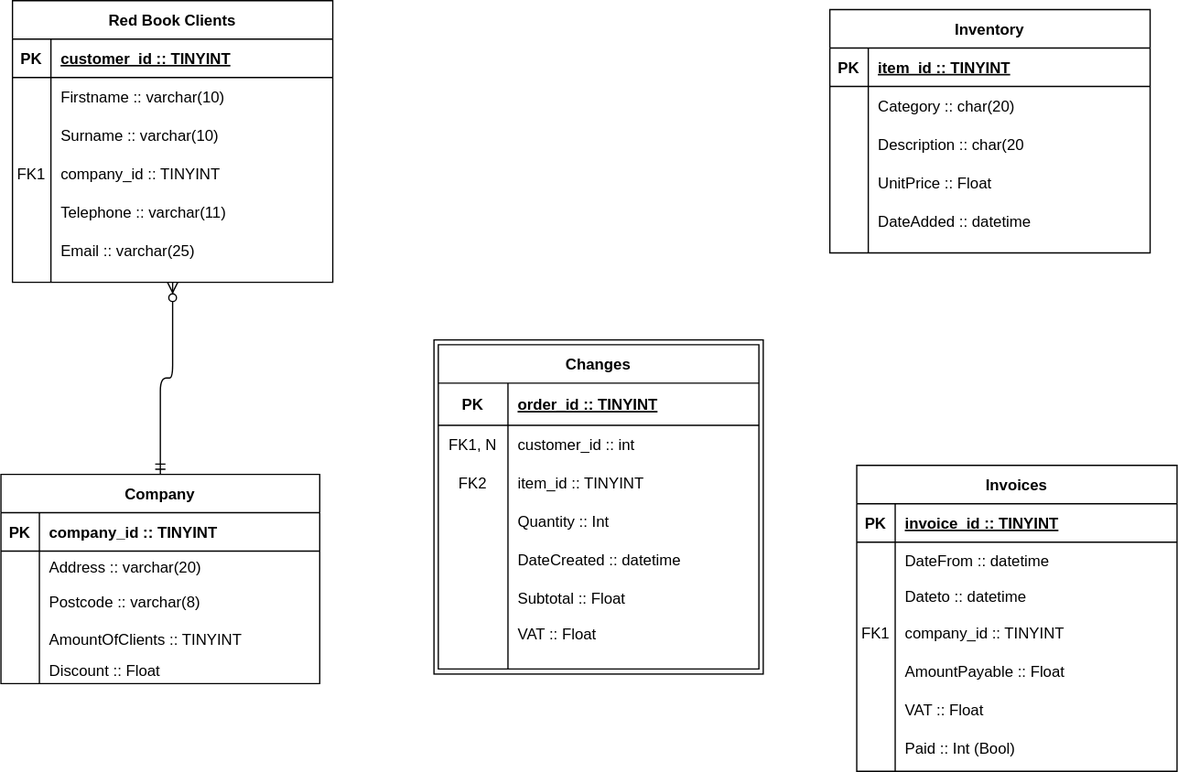
The draw.io diagram ERD.svg in KitchenPizzeria/Client-Apps, before a commit. Source tidied: cells renumbered, new cells last; positions are measured from the earlier drawing's top-left corner, leaving out a move shared by most shapes.
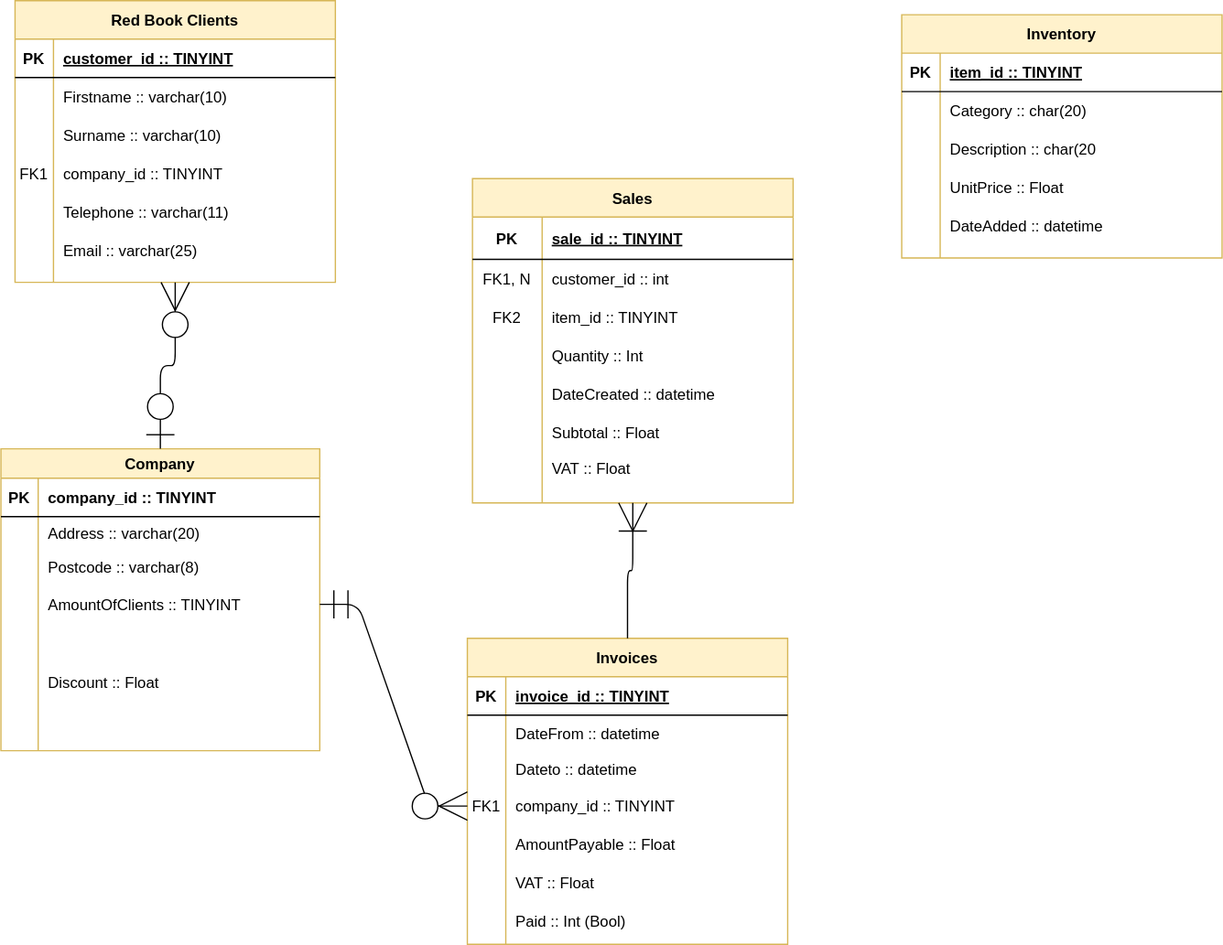
The same diagram one commit later.

Change to the diagram source:
```diff
@@ -1,8 +1,8 @@
-<mxGraphModel background="#FFFFFF">
+<mxGraphModel>
   <root>
     <mxCell id="0" />
     <mxCell id="1" parent="0" />
-    <mxCell id="2" value="Inventory" style="shape=table;startSize=30;rowLines=0;fontStyle=1;align=center;" parent="1" vertex="1">
+    <mxCell id="2" value="Inventory" style="shape=table;startSize=30;rowLines=0;fontStyle=1;align=center;fillColor=#fff2cc;strokeColor=#d6b656;" parent="1" vertex="1">
       <mxGeometry x="647" y="7" width="250" height="190" as="geometry" />
     </mxCell>
     <mxCell id="3" style="shape=partialRectangle;fillColor=none;top=0;left=0;right=0;bottom=1;" parent="2" vertex="1">
@@ -50,8 +50,8 @@
     <mxCell id="17" value="DateAdded :: datetime" style="shape=partialRectangle;overflow=hidden;fillColor=none;top=0;left=0;bottom=0;right=0;align=left;spacingLeft=6;" parent="15" vertex="1">
       <mxGeometry x="30" width="220" height="30" as="geometry" />
     </mxCell>
-    <mxCell id="18" value="Red Book Clients" style="shape=table;startSize=30;rowLines=0;fontStyle=1;align=center;" parent="1" vertex="1">
-      <mxGeometry x="9" width="250" height="220" as="geometry" />
+    <mxCell id="18" value="Red Book Clients" style="shape=table;startSize=30;rowLines=0;fontStyle=1;align=center;fillColor=#fff2cc;strokeColor=#d6b656;" parent="1" vertex="1">
+      <mxGeometry x="-45" y="-4" width="250" height="220" as="geometry" />
     </mxCell>
     <mxCell id="19" style="shape=partialRectangle;fillColor=none;top=0;left=0;right=0;bottom=1;" parent="18" vertex="1">
       <mxGeometry y="30" width="250" height="30" as="geometry" />
@@ -107,56 +107,56 @@
     <mxCell id="36" value="Email :: varchar(25)" style="shape=partialRectangle;overflow=hidden;fillColor=none;top=0;left=0;bottom=0;right=0;align=left;spacingLeft=6;" parent="34" vertex="1">
       <mxGeometry x="30" width="220" height="30" as="geometry" />
     </mxCell>
-    <mxCell id="37" value="Company" style="shape=table;startSize=30;rowLines=0;fontStyle=1;align=center;" parent="1" vertex="1">
-      <mxGeometry y="370" width="248.8" height="163.4" as="geometry" />
+    <mxCell id="37" value="Company" style="shape=table;startSize=23;rowLines=0;fontStyle=1;align=center;fillColor=#fff2cc;strokeColor=#d6b656;" parent="1" vertex="1">
+      <mxGeometry x="-56" y="346" width="248.8" height="235.7" as="geometry" />
     </mxCell>
     <mxCell id="38" style="shape=partialRectangle;fillColor=none;top=0;left=0;right=0;bottom=1;" parent="37" vertex="1">
-      <mxGeometry y="30" width="248.8" height="30" as="geometry" />
+      <mxGeometry y="23" width="248.8" height="30" as="geometry" />
     </mxCell>
     <mxCell id="39" value="PK" style="shape=partialRectangle;overflow=hidden;fillColor=none;top=0;left=0;bottom=0;right=0;fontStyle=1;" parent="38" vertex="1">
-      <mxGeometry width="30" height="30" as="geometry" />
+      <mxGeometry width="29.1" height="30" as="geometry" />
     </mxCell>
     <mxCell id="40" value="company_id :: TINYINT" style="shape=partialRectangle;overflow=hidden;fillColor=none;top=0;left=0;bottom=0;right=0;align=left;spacingLeft=6;fontStyle=1;" parent="38" vertex="1">
-      <mxGeometry x="30" width="218.8" height="30" as="geometry" />
+      <mxGeometry x="29.1" width="219.8" height="30" as="geometry" />
     </mxCell>
     <mxCell id="41" style="shape=partialRectangle;fillColor=none;top=0;left=0;right=0;bottom=0;" parent="37" vertex="1">
-      <mxGeometry y="60" width="248.8" height="25" as="geometry" />
+      <mxGeometry y="53" width="248.8" height="25" as="geometry" />
     </mxCell>
     <mxCell id="42" style="shape=partialRectangle;overflow=hidden;fillColor=none;top=0;left=0;bottom=0;right=0;" parent="41" vertex="1">
-      <mxGeometry width="30" height="25" as="geometry" />
+      <mxGeometry width="29.1" height="25" as="geometry" />
     </mxCell>
     <mxCell id="43" value="Address :: varchar(20)" style="shape=partialRectangle;overflow=hidden;fillColor=none;top=0;left=0;bottom=0;right=0;align=left;spacingLeft=6;" parent="41" vertex="1">
-      <mxGeometry x="30" width="218.8" height="25" as="geometry" />
+      <mxGeometry x="29.1" width="219.8" height="25" as="geometry" />
     </mxCell>
     <mxCell id="44" style="shape=partialRectangle;fillColor=none;top=0;left=0;right=0;bottom=0;" parent="37" vertex="1">
-      <mxGeometry y="85" width="248.8" height="29" as="geometry" />
+      <mxGeometry y="78" width="248.8" height="29" as="geometry" />
     </mxCell>
     <mxCell id="45" style="shape=partialRectangle;overflow=hidden;fillColor=none;top=0;left=0;bottom=0;right=0;" parent="44" vertex="1">
-      <mxGeometry width="30" height="29" as="geometry" />
+      <mxGeometry width="29.1" height="29" as="geometry" />
     </mxCell>
     <mxCell id="46" value="Postcode :: varchar(8)" style="shape=partialRectangle;overflow=hidden;fillColor=none;top=0;left=0;bottom=0;right=0;align=left;spacingLeft=6;" parent="44" vertex="1">
-      <mxGeometry x="30" width="218.8" height="29" as="geometry" />
+      <mxGeometry x="29.1" width="219.8" height="29" as="geometry" />
     </mxCell>
     <mxCell id="47" style="shape=partialRectangle;fillColor=none;points=[[0,0.5],[1,0.5]];portConstraint=eastwest;top=0;left=0;right=0;bottom=0;" parent="37" vertex="1">
-      <mxGeometry y="114" width="248.8" height="29" as="geometry" />
+      <mxGeometry y="107" width="248.8" height="29" as="geometry" />
     </mxCell>
     <mxCell id="48" style="shape=partialRectangle;overflow=hidden;fillColor=none;top=0;left=0;bottom=0;right=0;" parent="47" vertex="1">
-      <mxGeometry width="30" height="29" as="geometry" />
+      <mxGeometry width="29.1" height="29" as="geometry" />
     </mxCell>
     <mxCell id="49" value="AmountOfClients :: TINYINT" style="shape=partialRectangle;overflow=hidden;fillColor=none;top=0;left=0;bottom=0;right=0;align=left;spacingLeft=6;" parent="47" vertex="1">
-      <mxGeometry x="30" width="218.8" height="29" as="geometry" />
+      <mxGeometry x="29.1" width="219.8" height="29" as="geometry" />
     </mxCell>
     <mxCell id="50" style="shape=partialRectangle;fillColor=none;top=0;left=0;right=0;bottom=0;" parent="37" vertex="1">
-      <mxGeometry y="143" width="248.8" height="20" as="geometry" />
+      <mxGeometry y="136" width="248.8" height="92" as="geometry" />
     </mxCell>
     <mxCell id="51" style="shape=partialRectangle;overflow=hidden;fillColor=none;top=0;left=0;bottom=0;right=0;" parent="50" vertex="1">
-      <mxGeometry width="30" height="20" as="geometry" />
+      <mxGeometry width="29.1" height="92" as="geometry" />
     </mxCell>
     <mxCell id="52" value="Discount :: Float" style="shape=partialRectangle;overflow=hidden;fillColor=none;top=0;left=0;bottom=0;right=0;align=left;spacingLeft=6;" parent="50" vertex="1">
-      <mxGeometry x="30" width="218.8" height="20" as="geometry" />
+      <mxGeometry x="29.1" width="219.8" height="92" as="geometry" />
     </mxCell>
-    <mxCell id="53" value="Invoices" style="shape=table;startSize=30;rowLines=0;fontStyle=1;align=center;" parent="1" vertex="1">
-      <mxGeometry x="668" y="363" width="250" height="239" as="geometry" />
+    <mxCell id="53" value="Invoices" style="shape=table;startSize=30;rowLines=0;fontStyle=1;align=center;fillColor=#fff2cc;strokeColor=#d6b656;" parent="1" vertex="1">
+      <mxGeometry x="308" y="494" width="250" height="239" as="geometry" />
     </mxCell>
     <mxCell id="54" style="shape=partialRectangle;fillColor=none;top=0;left=0;right=0;bottom=1;" parent="53" vertex="1">
       <mxGeometry y="30" width="250" height="30" as="geometry" />
@@ -221,14 +221,8 @@
     <mxCell id="74" value="Paid :: Int (Bool)" style="shape=partialRectangle;overflow=hidden;fillColor=none;top=0;left=0;bottom=0;right=0;align=left;spacingLeft=6;" parent="72" vertex="1">
       <mxGeometry x="30" width="220" height="30" as="geometry" />
     </mxCell>
-    <mxCell id="75" style="group;" parent="1" vertex="1">
-      <mxGeometry x="338" y="265" width="257" height="261" as="geometry" />
-    </mxCell>
-    <mxCell id="76" style="whiteSpace=wrap;html=1;align=center;" parent="75" vertex="1">
-      <mxGeometry width="257" height="261" as="geometry" />
-    </mxCell>
-    <mxCell id="77" value="Changes" style="shape=table;startSize=30;rowLines=0;fontStyle=1;align=center;" parent="75" vertex="1">
-      <mxGeometry x="3.4" y="3.8" width="250.2" height="253.2" as="geometry" />
+    <mxCell id="77" value="Sales" style="shape=table;startSize=30;rowLines=0;fontStyle=1;align=center;fillColor=#fff2cc;strokeColor=#d6b656;" parent="1" vertex="1">
+      <mxGeometry x="312" y="135" width="250.2" height="253.2" as="geometry" />
     </mxCell>
     <mxCell id="78" style="shape=partialRectangle;fillColor=none;top=0;left=0;right=0;bottom=1;" parent="77" vertex="1">
       <mxGeometry y="30" width="250.2" height="33" as="geometry" />
@@ -236,7 +230,7 @@
     <mxCell id="79" value="PK" style="shape=partialRectangle;overflow=hidden;fillColor=none;top=0;left=0;bottom=0;right=0;fontStyle=1;" parent="78" vertex="1">
       <mxGeometry width="54.4" height="33" as="geometry" />
     </mxCell>
-    <mxCell id="80" value="order_id :: TINYINT" style="shape=partialRectangle;overflow=hidden;fillColor=none;top=0;left=0;bottom=0;right=0;align=left;spacingLeft=6;fontStyle=5;" parent="78" vertex="1">
+    <mxCell id="80" value="sale_id :: TINYINT" style="shape=partialRectangle;overflow=hidden;fillColor=none;top=0;left=0;bottom=0;right=0;align=left;spacingLeft=6;fontStyle=5;" parent="78" vertex="1">
       <mxGeometry x="54.4" width="195.9" height="33" as="geometry" />
     </mxCell>
     <mxCell id="81" style="shape=partialRectangle;fillColor=none;top=0;left=0;right=0;bottom=0;" parent="77" vertex="1">
@@ -293,8 +287,14 @@
     <mxCell id="98" value="VAT :: Float" style="shape=partialRectangle;overflow=hidden;fillColor=none;top=0;left=0;bottom=0;right=0;align=left;spacingLeft=6;" parent="96" vertex="1">
       <mxGeometry x="54.4" width="195.9" height="26" as="geometry" />
     </mxCell>
+    <mxCell id="100" style="edgeStyle=orthogonalEdgeStyle;fontSize=12;html=1;endArrow=ERoneToMany;startSize=20;endSize=20;exitX=0.5;exitY=0;exitDx=0;exitDy=0;entryX=0.5;entryY=1;entryDx=0;entryDy=0;" parent="1" edge="1" source="53" target="77">
+      <mxGeometry relative="1" as="geometry" />
+    </mxCell>
-    <mxCell id="99" style="fontSize=12;html=1;endArrow=ERzeroToMany;startArrow=ERmandOne;verticalAlign=bottom;edgeStyle=elbowEdgeStyle;elbow=vertical;entryX=0.5;entryY=1;entryDx=0;entryDy=0;exitX=0.5;exitY=0;exitDx=0;exitDy=0;" parent="1" edge="1" source="37" target="18">
+    <mxCell id="99" style="edgeStyle=orthogonalEdgeStyle;fontSize=12;html=1;endArrow=ERzeroToMany;startArrow=ERzeroToOne;startSize=20;endSize=20;exitX=0.5;exitY=0;exitDx=0;exitDy=0;entryX=0.5;entryY=1;entryDx=0;entryDy=0;" parent="1" edge="1" source="37" target="18">
       <mxGeometry relative="1" as="geometry" />
     </mxCell>
+    <mxCell id="101" style="edgeStyle=entityRelationEdgeStyle;fontSize=12;html=1;endArrow=ERzeroToMany;startArrow=ERmandOne;startSize=20;endSize=20;exitX=1;exitY=0.5;exitDx=0;exitDy=0;entryX=0;entryY=0.5;entryDx=0;entryDy=0;" parent="1" edge="1" source="47" target="63">
+      <mxGeometry relative="1" as="geometry" />
+    </mxCell>
   </root>
 </mxGraphModel>
```
